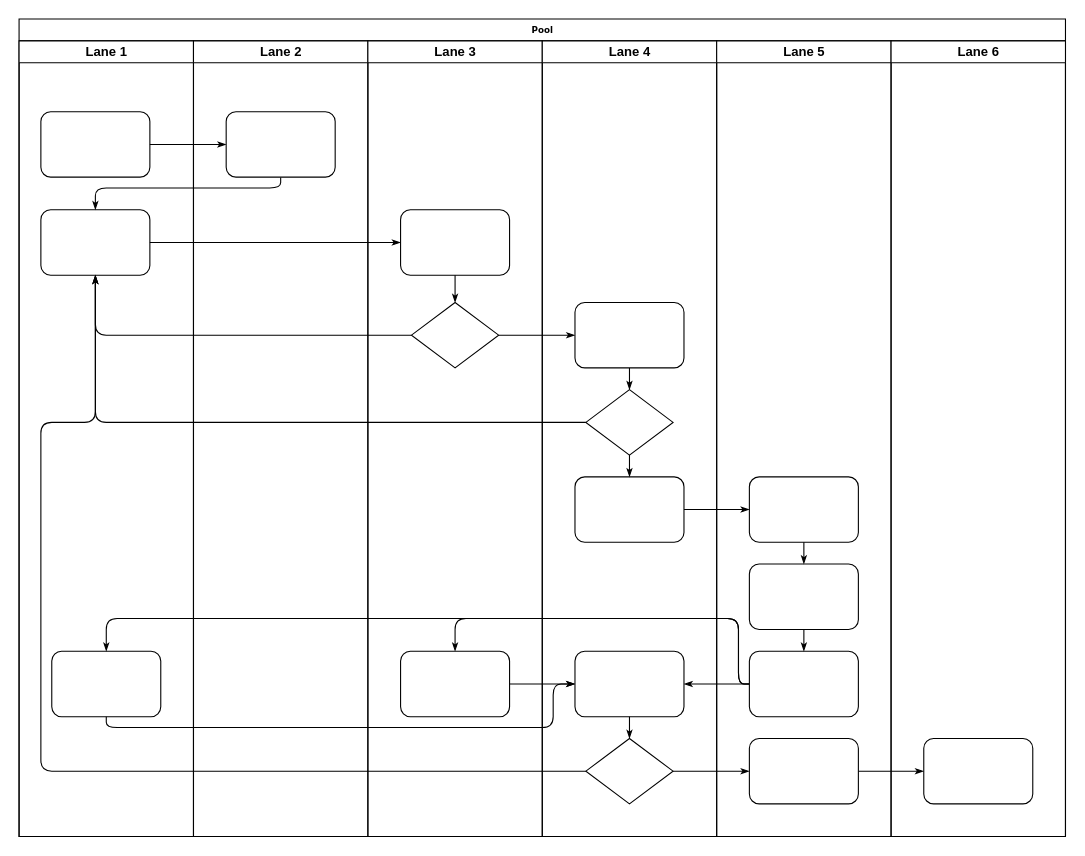
The draw.io diagram Lothamilk.drawio in SungPN/Diagram-VRG, before the edit. Source tidied: cells renumbered, new cells numbered last; positions are measured from the earlier drawing's top-left corner, leaving out a move shared by most shapes. Both pictures are drawn from the tidied source at 109%, with x=0, y=0 at pixel (19, 19).
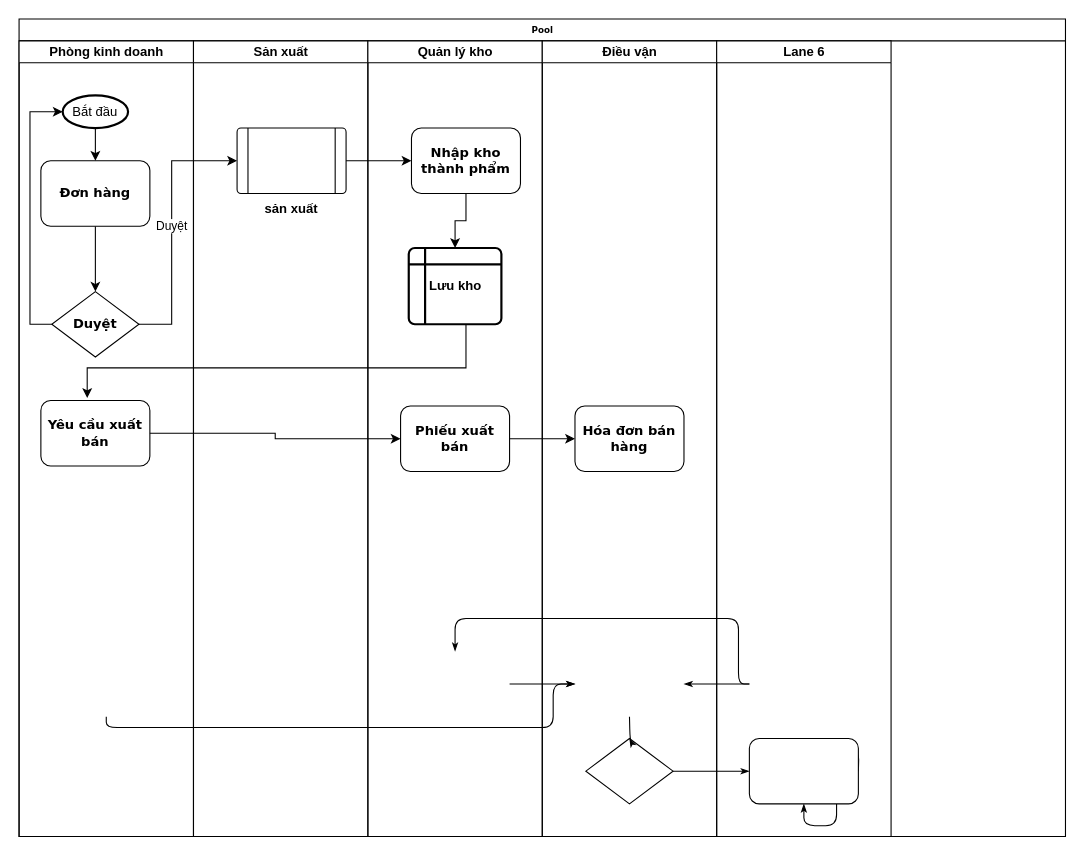
Above is the later version.

Unchanged cells that the change refers to:
```xml
<mxCell id="2" value="Pool" style="swimlane;html=1;startSize=20;rounded=0;shadow=0;labelBackgroundColor=none;strokeWidth=1;fontFamily=Verdana;fontSize=8;align=center;" parent="1" vertex="1">
  <mxGeometry width="960" height="750" as="geometry" />
</mxCell>
<mxCell id="34" style="rhombus;whiteSpace=wrap;html=1;rounded=0;shadow=0;labelBackgroundColor=none;strokeWidth=1;fontFamily=Verdana;fontSize=8;align=center;" parent="29" vertex="1">
  <mxGeometry x="40" y="640" width="80" height="60" as="geometry" />
</mxCell>
<mxCell id="46" style="rounded=1;whiteSpace=wrap;html=1;shadow=0;labelBackgroundColor=none;strokeWidth=1;fontFamily=Verdana;fontSize=8;align=center;" parent="45" vertex="1">
  <mxGeometry x="30" y="640" width="100" height="60" as="geometry" />
</mxCell>
```

Diff of the diagram source:
```diff
@@
-    <mxCell id="3" value="Lane 1" style="swimlane;html=1;startSize=20;" parent="2" vertex="1">
+    <mxCell id="3" value="Phòng kinh doanh" style="swimlane;html=1;startSize=20;" parent="2" vertex="1">
       <mxGeometry y="20" width="160" height="730" as="geometry" />
     </mxCell>
-    <mxCell id="4" style="rounded=1;whiteSpace=wrap;html=1;shadow=0;labelBackgroundColor=none;strokeWidth=1;fontFamily=Verdana;fontSize=8;align=center;" parent="3" vertex="1">
-      <mxGeometry x="20" y="65" width="100" height="60" as="geometry" />
-    </mxCell>
+    <mxCell id="47" style="edgeStyle=orthogonalEdgeStyle;rounded=0;jettySize=auto;html=1;" parent="3" edge="1" source="5" target="26">
+      <mxGeometry relative="1" as="geometry" />
+    </mxCell>
-    <mxCell id="5" style="rounded=1;whiteSpace=wrap;html=1;shadow=0;labelBackgroundColor=none;strokeWidth=1;fontFamily=Verdana;fontSize=8;align=center;" parent="3" vertex="1">
-      <mxGeometry x="20" y="155" width="100" height="60" as="geometry" />
+    <mxCell id="5" value="&lt;font style=&quot;font-size: 12px;&quot;&gt;&lt;b&gt;Đơn hàng&lt;/b&gt;&lt;/font&gt;" style="rounded=1;whiteSpace=wrap;html=1;shadow=0;labelBackgroundColor=none;strokeWidth=1;fontFamily=Verdana;fontSize=8;align=center;" parent="3" vertex="1">
+      <mxGeometry x="20" y="110" width="100" height="60" as="geometry" />
     </mxCell>
-    <mxCell id="6" style="rounded=1;whiteSpace=wrap;html=1;shadow=0;labelBackgroundColor=none;strokeWidth=1;fontFamily=Verdana;fontSize=8;align=center;" parent="3" vertex="1">
-      <mxGeometry x="30" y="560" width="100" height="60" as="geometry" />
-    </mxCell>
-    <mxCell id="7" style="edgeStyle=orthogonalEdgeStyle;rounded=1;html=1;labelBackgroundColor=none;startArrow=none;startFill=0;startSize=5;endArrow=classicThin;endFill=1;endSize=5;jettySize=auto;strokeWidth=1;fontFamily=Verdana;fontSize=8;" parent="2" edge="1" source="4" target="23">
-      <mxGeometry relative="1" as="geometry" />
-    </mxCell>
-    <mxCell id="8" style="edgeStyle=orthogonalEdgeStyle;rounded=1;html=1;labelBackgroundColor=none;startArrow=none;startFill=0;startSize=5;endArrow=classicThin;endFill=1;endSize=5;jettySize=auto;strokeWidth=1;fontFamily=Verdana;fontSize=8;" parent="2" edge="1" source="23" target="5">
-      <mxGeometry relative="1" as="geometry">
-        <Array as="points">
-          <mxPoint x="240" y="155" />
-          <mxPoint x="70" y="155" />
-        </Array>
-      </mxGeometry>
-    </mxCell>
-    <mxCell id="9" style="edgeStyle=orthogonalEdgeStyle;rounded=1;html=1;labelBackgroundColor=none;startArrow=none;startFill=0;startSize=5;endArrow=classicThin;endFill=1;endSize=5;jettySize=auto;strokeWidth=1;fontFamily=Verdana;fontSize=8;" parent="2" edge="1" source="5" target="25">
-      <mxGeometry relative="1" as="geometry" />
-    </mxCell>
-    <mxCell id="10" style="edgeStyle=orthogonalEdgeStyle;rounded=1;html=1;labelBackgroundColor=none;startArrow=none;startFill=0;startSize=5;endArrow=classicThin;endFill=1;endSize=5;jettySize=auto;strokeWidth=1;fontFamily=Verdana;fontSize=8;" parent="2" edge="1" source="26" target="5">
-      <mxGeometry relative="1" as="geometry" />
-    </mxCell>
-    <mxCell id="11" style="edgeStyle=orthogonalEdgeStyle;rounded=1;html=1;labelBackgroundColor=none;startArrow=none;startFill=0;startSize=5;endArrow=classicThin;endFill=1;endSize=5;jettySize=auto;strokeWidth=1;fontFamily=Verdana;fontSize=8;" parent="2" edge="1" source="31" target="5">
-      <mxGeometry relative="1" as="geometry" />
-    </mxCell>
-    <mxCell id="12" style="edgeStyle=orthogonalEdgeStyle;rounded=1;html=1;labelBackgroundColor=none;startArrow=none;startFill=0;startSize=5;endArrow=classicThin;endFill=1;endSize=5;jettySize=auto;strokeWidth=1;fontFamily=Verdana;fontSize=8;" parent="2" edge="1" source="34" target="5">
-      <mxGeometry relative="1" as="geometry">
-        <Array as="points">
-          <mxPoint x="20" y="690" />
-          <mxPoint x="20" y="370" />
-          <mxPoint x="70" y="370" />
-        </Array>
-      </mxGeometry>
-    </mxCell>
-    <mxCell id="13" style="edgeStyle=orthogonalEdgeStyle;rounded=1;html=1;labelBackgroundColor=none;startArrow=none;startFill=0;startSize=5;endArrow=classicThin;endFill=1;endSize=5;jettySize=auto;strokeWidth=1;fontFamily=Verdana;fontSize=8;" parent="2" edge="1" source="26" target="30">
-      <mxGeometry relative="1" as="geometry" />
-    </mxCell>
+    <mxCell id="48" style="edgeStyle=orthogonalEdgeStyle;rounded=0;jettySize=auto;html=1;" parent="3" edge="1" source="49" target="5">
+      <mxGeometry relative="1" as="geometry" />
+    </mxCell>
+    <mxCell id="49" value="Bắt đầu" style="strokeWidth=2;html=1;shape=mxgraph.flowchart.start_1;whiteSpace=wrap;" parent="3" vertex="1">
+      <mxGeometry x="40" y="50" width="60" height="30" as="geometry" />
+    </mxCell>
+    <mxCell id="50" style="edgeStyle=orthogonalEdgeStyle;rounded=0;jettySize=auto;html=1;entryX=0;entryY=0.5;entryDx=0;entryDy=0;entryPerimeter=0;" parent="3" edge="1" source="26" target="49">
+      <mxGeometry relative="1" as="geometry">
+        <Array as="points">
+          <mxPoint x="10" y="260" />
+          <mxPoint x="10" y="65" />
+        </Array>
+      </mxGeometry>
+    </mxCell>
+    <mxCell id="26" value="&lt;font style=&quot;font-size: 12px;&quot;&gt;&lt;b&gt;Duyệt&lt;/b&gt;&lt;/font&gt;" style="rhombus;whiteSpace=wrap;html=1;rounded=0;shadow=0;labelBackgroundColor=none;strokeWidth=1;fontFamily=Verdana;fontSize=8;align=center;" parent="3" vertex="1">
+      <mxGeometry x="30" y="230" width="80" height="60" as="geometry" />
+    </mxCell>
+    <mxCell id="30" value="&lt;font style=&quot;font-size: 12px;&quot;&gt;Yêu cầu xuất bán&lt;/font&gt;" style="rounded=1;whiteSpace=wrap;html=1;shadow=0;labelBackgroundColor=none;strokeWidth=1;fontFamily=Verdana;fontSize=8;align=center;fontStyle=1;" parent="3" vertex="1">
+      <mxGeometry x="20" y="330" width="100" height="60" as="geometry" />
+    </mxCell>
-    <mxCell id="14" style="edgeStyle=orthogonalEdgeStyle;rounded=1;html=1;labelBackgroundColor=none;startArrow=none;startFill=0;startSize=5;endArrow=classicThin;endFill=1;endSize=5;jettySize=auto;strokeWidth=1;fontFamily=Verdana;fontSize=8;" parent="2" edge="1" source="34" target="42">
-      <mxGeometry relative="1" as="geometry" />
+    <mxCell id="14" style="edgeStyle=orthogonalEdgeStyle;rounded=1;html=1;labelBackgroundColor=none;startArrow=none;startFill=0;startSize=5;endArrow=classicThin;endFill=1;endSize=5;jettySize=auto;strokeWidth=1;fontFamily=Verdana;fontSize=8;" parent="2" edge="1" source="34">
+      <mxGeometry relative="1" as="geometry">
+        <mxPoint x="670" y="690" as="targetPoint" />
+      </mxGeometry>
     </mxCell>
-    <mxCell id="15" style="edgeStyle=orthogonalEdgeStyle;rounded=1;html=1;labelBackgroundColor=none;startArrow=none;startFill=0;startSize=5;endArrow=classicThin;endFill=1;endSize=5;jettySize=auto;strokeWidth=1;fontFamily=Verdana;fontSize=8;" parent="2" edge="1" source="42" target="46">
-      <mxGeometry relative="1" as="geometry" />
+    <mxCell id="15" style="edgeStyle=orthogonalEdgeStyle;rounded=1;html=1;labelBackgroundColor=none;startArrow=none;startFill=0;startSize=5;endArrow=classicThin;endFill=1;endSize=5;jettySize=auto;strokeWidth=1;fontFamily=Verdana;fontSize=8;" parent="2" edge="1" target="46">
+      <mxGeometry relative="1" as="geometry">
+        <mxPoint x="770" y="690" as="sourcePoint" />
+      </mxGeometry>
     </mxCell>
-    <mxCell id="16" style="edgeStyle=orthogonalEdgeStyle;rounded=1;html=1;labelBackgroundColor=none;startArrow=none;startFill=0;startSize=5;endArrow=classicThin;endFill=1;endSize=5;jettySize=auto;strokeWidth=1;fontFamily=Verdana;fontSize=8;" parent="2" edge="1" source="32" target="39">
-      <mxGeometry relative="1" as="geometry" />
-    </mxCell>
-    <mxCell id="17" style="edgeStyle=orthogonalEdgeStyle;rounded=1;html=1;labelBackgroundColor=none;startArrow=none;startFill=0;startSize=5;endArrow=classicThin;endFill=1;endSize=5;jettySize=auto;strokeWidth=1;fontFamily=Verdana;fontSize=8;" parent="2" edge="1" source="41" target="27">
+    <mxCell id="17" style="edgeStyle=orthogonalEdgeStyle;rounded=1;html=1;labelBackgroundColor=none;startArrow=none;startFill=0;startSize=5;endArrow=classicThin;endFill=1;endSize=5;jettySize=auto;orthogonalLoop=1;strokeWidth=1;fontFamily=Verdana;fontSize=8;" parent="2" edge="1">
       <mxGeometry relative="1" as="geometry">
+        <mxPoint x="670" y="610" as="sourcePoint" />
+        <mxPoint x="400" y="580" as="targetPoint" />
         <Array as="points">
           <mxPoint x="660" y="610" />
           <mxPoint x="660" y="550" />
           <mxPoint x="400" y="550" />
         </Array>
       </mxGeometry>
     </mxCell>
-    <mxCell id="18" style="edgeStyle=orthogonalEdgeStyle;rounded=1;html=1;labelBackgroundColor=none;startArrow=none;startFill=0;startSize=5;endArrow=classicThin;endFill=1;endSize=5;jettySize=auto;strokeColor=#000000;strokeWidth=1;fontFamily=Verdana;fontSize=8;fontColor=#000000;" parent="2" edge="1" source="41" target="33">
-      <mxGeometry relative="1" as="geometry" />
+    <mxCell id="18" style="edgeStyle=orthogonalEdgeStyle;rounded=1;html=1;labelBackgroundColor=none;startArrow=none;startFill=0;startSize=5;endArrow=classicThin;endFill=1;endSize=5;jettySize=auto;orthogonalLoop=1;strokeColor=#000000;strokeWidth=1;fontFamily=Verdana;fontSize=8;fontColor=#000000;" parent="2" edge="1">
+      <mxGeometry relative="1" as="geometry">
+        <mxPoint x="670" y="610" as="sourcePoint" />
+        <mxPoint x="610" y="610" as="targetPoint" />
+      </mxGeometry>
     </mxCell>
-    <mxCell id="19" style="edgeStyle=orthogonalEdgeStyle;rounded=1;html=1;labelBackgroundColor=none;startArrow=none;startFill=0;startSize=5;endArrow=classicThin;endFill=1;endSize=5;jettySize=auto;strokeWidth=1;fontFamily=Verdana;fontSize=8;" parent="2" edge="1" source="41" target="6">
-      <mxGeometry relative="1" as="geometry">
-        <Array as="points">
-          <mxPoint x="660" y="610" />
-          <mxPoint x="660" y="550" />
-          <mxPoint x="80" y="550" />
-        </Array>
-      </mxGeometry>
-    </mxCell>
-    <mxCell id="20" style="edgeStyle=orthogonalEdgeStyle;rounded=1;html=1;labelBackgroundColor=none;startArrow=none;startFill=0;startSize=5;endArrow=classicThin;endFill=1;endSize=5;jettySize=auto;strokeWidth=1;fontFamily=Verdana;fontSize=8;" parent="2" edge="1" source="6" target="33">
+    <mxCell id="20" style="edgeStyle=orthogonalEdgeStyle;rounded=1;html=1;labelBackgroundColor=none;startArrow=none;startFill=0;startSize=5;endArrow=classicThin;endFill=1;endSize=5;jettySize=auto;orthogonalLoop=1;strokeWidth=1;fontFamily=Verdana;fontSize=8;" parent="2" edge="1">
       <mxGeometry relative="1" as="geometry">
+        <mxPoint x="80" y="640" as="sourcePoint" />
+        <mxPoint x="510" y="610" as="targetPoint" />
         <Array as="points">
           <mxPoint x="80" y="650" />
           <mxPoint x="490" y="650" />
           <mxPoint x="490" y="610" />
         </Array>
       </mxGeometry>
     </mxCell>
-    <mxCell id="21" style="edgeStyle=orthogonalEdgeStyle;rounded=1;html=1;labelBackgroundColor=none;startArrow=none;startFill=0;startSize=5;endArrow=classicThin;endFill=1;endSize=5;jettySize=auto;strokeWidth=1;fontFamily=Verdana;fontSize=8;" parent="2" edge="1" source="27" target="33">
-      <mxGeometry relative="1" as="geometry" />
+    <mxCell id="21" style="edgeStyle=orthogonalEdgeStyle;rounded=1;html=1;labelBackgroundColor=none;startArrow=none;startFill=0;startSize=5;endArrow=classicThin;endFill=1;endSize=5;jettySize=auto;orthogonalLoop=1;strokeWidth=1;fontFamily=Verdana;fontSize=8;" parent="2" edge="1">
+      <mxGeometry relative="1" as="geometry">
+        <mxPoint x="450" y="610" as="sourcePoint" />
+        <mxPoint x="510" y="610" as="targetPoint" />
+      </mxGeometry>
     </mxCell>
-    <mxCell id="22" value="Lane 2" style="swimlane;html=1;startSize=20;" parent="2" vertex="1">
+    <mxCell id="22" value="Sản xuất" style="swimlane;html=1;startSize=20;" parent="2" vertex="1">
       <mxGeometry x="160" y="20" width="160" height="730" as="geometry" />
     </mxCell>
-    <mxCell id="23" style="rounded=1;whiteSpace=wrap;html=1;shadow=0;labelBackgroundColor=none;strokeWidth=1;fontFamily=Verdana;fontSize=8;align=center;" parent="22" vertex="1">
-      <mxGeometry x="30" y="65" width="100" height="60" as="geometry" />
-    </mxCell>
+    <mxCell id="51" value="&lt;font style=&quot;font-size: 12px;&quot;&gt;&lt;b&gt;sản xuất&lt;/b&gt;&lt;/font&gt;" style="verticalLabelPosition=bottom;verticalAlign=top;html=1;shape=process;whiteSpace=wrap;rounded=1;size=0.1;arcSize=6;" parent="22" vertex="1">
+      <mxGeometry x="40" y="80" width="100" height="60" as="geometry" />
+    </mxCell>
-    <mxCell id="24" value="Lane 3" style="swimlane;html=1;startSize=20;" parent="2" vertex="1">
+    <mxCell id="24" value="Quản lý kho" style="swimlane;html=1;startSize=20;" parent="2" vertex="1">
       <mxGeometry x="320" y="20" width="160" height="730" as="geometry" />
     </mxCell>
+    <mxCell id="52" style="edgeStyle=orthogonalEdgeStyle;rounded=0;jettySize=auto;html=1;fontSize=12;" parent="24" edge="1" source="25" target="53">
+      <mxGeometry relative="1" as="geometry" />
+    </mxCell>
-    <mxCell id="25" style="rounded=1;whiteSpace=wrap;html=1;shadow=0;labelBackgroundColor=none;strokeWidth=1;fontFamily=Verdana;fontSize=8;align=center;" parent="24" vertex="1">
-      <mxGeometry x="30" y="155" width="100" height="60" as="geometry" />
+    <mxCell id="25" value="&lt;font style=&quot;font-size: 12px;&quot;&gt;&lt;b&gt;Nhập kho thành phẩm&lt;/b&gt;&lt;/font&gt;" style="rounded=1;whiteSpace=wrap;html=1;shadow=0;labelBackgroundColor=none;strokeWidth=1;fontFamily=Verdana;fontSize=8;align=center;" parent="24" vertex="1">
+      <mxGeometry x="40" y="80" width="100" height="60" as="geometry" />
     </mxCell>
-    <mxCell id="26" style="rhombus;whiteSpace=wrap;html=1;rounded=0;shadow=0;labelBackgroundColor=none;strokeWidth=1;fontFamily=Verdana;fontSize=8;align=center;" parent="24" vertex="1">
-      <mxGeometry x="40" y="240" width="80" height="60" as="geometry" />
-    </mxCell>
-    <mxCell id="27" style="rounded=1;whiteSpace=wrap;html=1;shadow=0;labelBackgroundColor=none;strokeWidth=1;fontFamily=Verdana;fontSize=8;align=center;" parent="24" vertex="1">
-      <mxGeometry x="30" y="560" width="100" height="60" as="geometry" />
-    </mxCell>
-    <mxCell id="28" style="edgeStyle=orthogonalEdgeStyle;rounded=1;html=1;labelBackgroundColor=none;startArrow=none;startFill=0;startSize=5;endArrow=classicThin;endFill=1;endSize=5;jettySize=auto;strokeWidth=1;fontFamily=Verdana;fontSize=8;" parent="24" edge="1" source="25" target="26">
-      <mxGeometry relative="1" as="geometry" />
-    </mxCell>
+    <mxCell id="32" value="&lt;b&gt;&lt;font style=&quot;font-size: 12px;&quot;&gt;Phiếu xuất bán&lt;/font&gt;&lt;/b&gt;" style="rounded=1;whiteSpace=wrap;html=1;shadow=0;labelBackgroundColor=none;strokeWidth=1;fontFamily=Verdana;fontSize=8;align=center;" parent="24" vertex="1">
+      <mxGeometry x="30" y="335" width="100" height="60" as="geometry" />
+    </mxCell>
+    <mxCell id="53" value="Lưu kho" style="shape=internalStorage;whiteSpace=wrap;html=1;dx=15;dy=15;rounded=1;arcSize=8;strokeWidth=2;fontSize=12;fontStyle=1;" parent="24" vertex="1">
+      <mxGeometry x="37.5" y="190" width="85" height="70" as="geometry" />
+    </mxCell>
-    <mxCell id="29" value="Lane 4" style="swimlane;html=1;startSize=20;" parent="2" vertex="1">
+    <mxCell id="29" value="Điều vận" style="swimlane;html=1;startSize=20;" parent="2" vertex="1">
       <mxGeometry x="480" y="20" width="160" height="730" as="geometry" />
     </mxCell>
-    <mxCell id="30" style="rounded=1;whiteSpace=wrap;html=1;shadow=0;labelBackgroundColor=none;strokeWidth=1;fontFamily=Verdana;fontSize=8;align=center;" parent="29" vertex="1">
-      <mxGeometry x="30" y="240" width="100" height="60" as="geometry" />
-    </mxCell>
-    <mxCell id="31" style="rhombus;whiteSpace=wrap;html=1;rounded=0;shadow=0;labelBackgroundColor=none;strokeWidth=1;fontFamily=Verdana;fontSize=8;align=center;" parent="29" vertex="1">
-      <mxGeometry x="40" y="320" width="80" height="60" as="geometry" />
-    </mxCell>
-    <mxCell id="32" style="rounded=1;whiteSpace=wrap;html=1;shadow=0;labelBackgroundColor=none;strokeWidth=1;fontFamily=Verdana;fontSize=8;align=center;" parent="29" vertex="1">
-      <mxGeometry x="30" y="400" width="100" height="60" as="geometry" />
-    </mxCell>
-    <mxCell id="33" style="rounded=1;whiteSpace=wrap;html=1;shadow=0;labelBackgroundColor=none;strokeWidth=1;fontFamily=Verdana;fontSize=8;align=center;" parent="29" vertex="1">
-      <mxGeometry x="30" y="560" width="100" height="60" as="geometry" />
-    </mxCell>
@@
-    <mxCell id="35" style="edgeStyle=orthogonalEdgeStyle;rounded=1;html=1;labelBackgroundColor=none;startArrow=none;startFill=0;startSize=5;endArrow=classicThin;endFill=1;endSize=5;jettySize=auto;strokeColor=#000000;strokeWidth=1;fontFamily=Verdana;fontSize=8;fontColor=#000000;" parent="29" edge="1" source="30" target="31">
-      <mxGeometry relative="1" as="geometry" />
-    </mxCell>
-    <mxCell id="36" style="edgeStyle=orthogonalEdgeStyle;rounded=1;html=1;labelBackgroundColor=none;startArrow=none;startFill=0;startSize=5;endArrow=classicThin;endFill=1;endSize=5;jettySize=auto;strokeWidth=1;fontFamily=Verdana;fontSize=8;" parent="29" edge="1" source="31" target="32">
-      <mxGeometry relative="1" as="geometry" />
-    </mxCell>
-    <mxCell id="37" style="edgeStyle=orthogonalEdgeStyle;rounded=1;html=1;labelBackgroundColor=none;startArrow=none;startFill=0;startSize=5;endArrow=classicThin;endFill=1;endSize=5;jettySize=auto;strokeWidth=1;fontFamily=Verdana;fontSize=8;" parent="29" edge="1" source="33" target="34">
-      <mxGeometry relative="1" as="geometry" />
+    <mxCell id="37" style="edgeStyle=orthogonalEdgeStyle;rounded=1;html=1;labelBackgroundColor=none;startArrow=none;startFill=0;startSize=5;endArrow=classicThin;endFill=1;endSize=5;jettySize=auto;strokeWidth=1;fontFamily=Verdana;fontSize=8;" parent="29" edge="1" target="34">
+      <mxGeometry relative="1" as="geometry">
+        <mxPoint x="80" y="620" as="sourcePoint" />
+      </mxGeometry>
     </mxCell>
-    <mxCell id="38" value="Lane 5" style="swimlane;html=1;startSize=20;" parent="2" vertex="1">
-      <mxGeometry x="640" y="20" width="160" height="730" as="geometry" />
-    </mxCell>
-    <mxCell id="39" style="rounded=1;whiteSpace=wrap;html=1;shadow=0;labelBackgroundColor=none;strokeWidth=1;fontFamily=Verdana;fontSize=8;align=center;" parent="38" vertex="1">
-      <mxGeometry x="30" y="400" width="100" height="60" as="geometry" />
-    </mxCell>
-    <mxCell id="40" style="rounded=1;whiteSpace=wrap;html=1;shadow=0;labelBackgroundColor=none;strokeWidth=1;fontFamily=Verdana;fontSize=8;align=center;" parent="38" vertex="1">
-      <mxGeometry x="30" y="480" width="100" height="60" as="geometry" />
+    <mxCell id="40" value="&lt;font style=&quot;font-size: 12px;&quot;&gt;Hóa đơn bán hàng&lt;/font&gt;" style="rounded=1;whiteSpace=wrap;html=1;shadow=0;labelBackgroundColor=none;strokeWidth=1;fontFamily=Verdana;fontSize=8;align=center;fontStyle=1;" parent="29" vertex="1">
+      <mxGeometry x="30" y="335" width="100" height="60" as="geometry" />
     </mxCell>
-    <mxCell id="41" style="rounded=1;whiteSpace=wrap;html=1;shadow=0;labelBackgroundColor=none;strokeWidth=1;fontFamily=Verdana;fontSize=8;align=center;" parent="38" vertex="1">
-      <mxGeometry x="30" y="560" width="100" height="60" as="geometry" />
-    </mxCell>
-    <mxCell id="42" style="rounded=1;whiteSpace=wrap;html=1;shadow=0;labelBackgroundColor=none;strokeWidth=1;fontFamily=Verdana;fontSize=8;align=center;" parent="38" vertex="1">
-      <mxGeometry x="30" y="640" width="100" height="60" as="geometry" />
-    </mxCell>
-    <mxCell id="43" style="edgeStyle=orthogonalEdgeStyle;rounded=1;html=1;labelBackgroundColor=none;startArrow=none;startFill=0;startSize=5;endArrow=classicThin;endFill=1;endSize=5;jettySize=auto;strokeWidth=1;fontFamily=Verdana;fontSize=8;" parent="38" edge="1" source="39" target="40">
-      <mxGeometry relative="1" as="geometry" />
-    </mxCell>
-    <mxCell id="44" style="edgeStyle=orthogonalEdgeStyle;rounded=1;html=1;labelBackgroundColor=none;startArrow=none;startFill=0;startSize=5;endArrow=classicThin;endFill=1;endSize=5;jettySize=auto;strokeWidth=1;fontFamily=Verdana;fontSize=8;" parent="38" edge="1" source="40" target="41">
-      <mxGeometry relative="1" as="geometry" />
-    </mxCell>
     <mxCell id="45" value="Lane 6" style="swimlane;html=1;startSize=20;" parent="2" vertex="1">
-      <mxGeometry x="800" y="20" width="160" height="730" as="geometry" />
+      <mxGeometry x="640" y="20" width="160" height="730" as="geometry" />
     </mxCell>
@@
+    <mxCell id="54" style="edgeStyle=orthogonalEdgeStyle;rounded=0;jettySize=auto;html=1;entryX=0;entryY=0.5;entryDx=0;entryDy=0;" parent="2" edge="1" source="51" target="25">
+      <mxGeometry relative="1" as="geometry" />
+    </mxCell>
+    <mxCell id="55" value="Duyệt" style="edgeStyle=orthogonalEdgeStyle;rounded=0;jettySize=auto;html=1;entryX=0;entryY=0.5;entryDx=0;entryDy=0;" parent="2" edge="1" source="26" target="51">
+      <mxGeometry relative="1" as="geometry">
+        <Array as="points">
+          <mxPoint x="140" y="280" />
+          <mxPoint x="140" y="130" />
+        </Array>
+      </mxGeometry>
+    </mxCell>
+    <mxCell id="56" style="edgeStyle=orthogonalEdgeStyle;rounded=0;jettySize=auto;html=1;fontSize=12;" parent="2" edge="1" source="30" target="32">
+      <mxGeometry relative="1" as="geometry" />
+    </mxCell>
+    <mxCell id="57" style="edgeStyle=orthogonalEdgeStyle;rounded=0;jettySize=auto;html=1;fontSize=12;" parent="2" edge="1" source="32" target="40">
+      <mxGeometry relative="1" as="geometry" />
+    </mxCell>
+    <mxCell id="58" style="edgeStyle=orthogonalEdgeStyle;rounded=0;jettySize=auto;html=1;entryX=0.425;entryY=-0.04;entryDx=0;entryDy=0;entryPerimeter=0;fontSize=12;" parent="2" edge="1" source="53" target="30">
+      <mxGeometry relative="1" as="geometry">
+        <Array as="points">
+          <mxPoint x="410" y="320" />
+          <mxPoint x="62" y="320" />
+        </Array>
+      </mxGeometry>
+    </mxCell>
```
